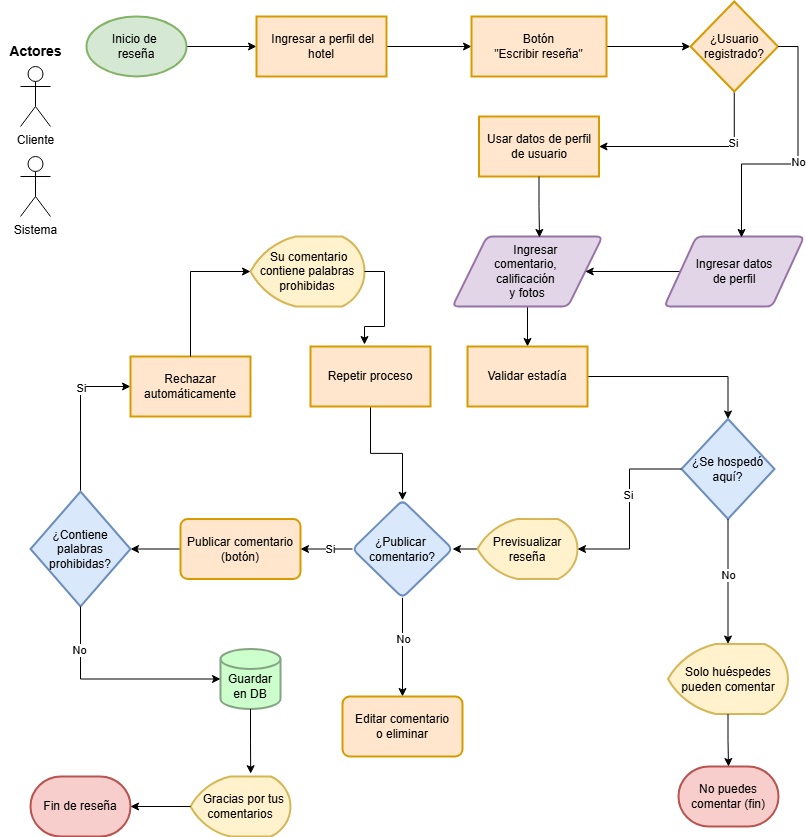
This is Flujograma de reseñas.png from DjGuetta/App-Hotel-Management, a draw.io export, as it was before one commit. Source tidied: cells renumbered, new cells last; positions are measured from the earlier drawing's top-left corner, leaving out a move shared by most shapes.
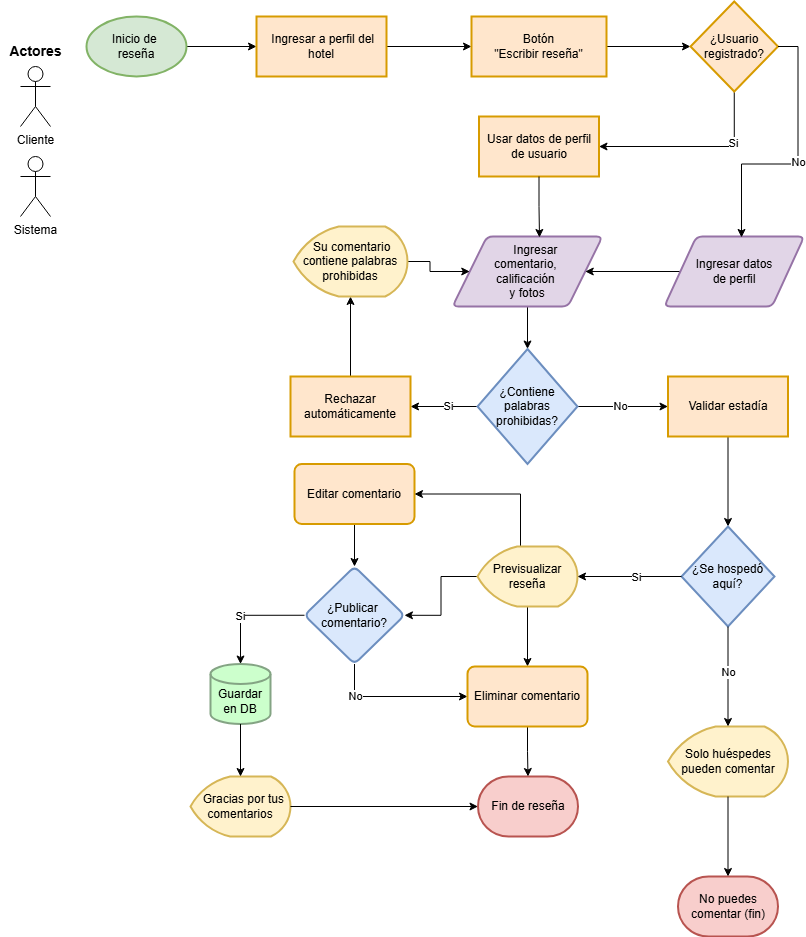
Later version of the same file.

Commit message:
Corrección de restricción en palabras prohibidas y flujo de procesos

The edit, as a diff of the source:
```diff
@@ -20,9 +20,9 @@
     <mxCell id="7" value="Botón&lt;div&gt;&quot;Escribir reseña&quot;&lt;/div&gt;" style="whiteSpace=wrap;html=1;strokeWidth=2;fillColor=#ffe6cc;strokeColor=#d79b00;" parent="1" vertex="1">
       <mxGeometry x="471" y="15" width="135" height="60" as="geometry" />
     </mxCell>
-    <mxCell id="8" style="edgeStyle=orthogonalEdgeStyle;rounded=0;jettySize=auto;html=1;exitX=0.5;exitY=1;exitDx=0;exitDy=0;entryX=0.5;entryY=0;entryDx=0;entryDy=0;" parent="1" edge="1" source="9" target="46">
-      <mxGeometry relative="1" as="geometry" />
-    </mxCell>
+    <mxCell id="58" style="edgeStyle=orthogonalEdgeStyle;rounded=0;jettySize=auto;html=1;" parent="1" edge="1" source="9" target="27">
+      <mxGeometry relative="1" as="geometry" />
+    </mxCell>
     <mxCell id="9" value="&amp;nbsp; &amp;nbsp; &amp;nbsp; Ingresar&amp;nbsp;&lt;div&gt;comentario,&amp;nbsp;&lt;div&gt;&lt;span style=&quot;background-color: transparent; color: light-dark(rgb(0, 0, 0), rgb(255, 255, 255));&quot;&gt;calificación&amp;nbsp;&lt;/span&gt;&lt;/div&gt;&lt;div&gt;&lt;span style=&quot;background-color: transparent; color: light-dark(rgb(0, 0, 0), rgb(255, 255, 255));&quot;&gt;y fotos&lt;/span&gt;&lt;/div&gt;&lt;/div&gt;" style="shape=parallelogram;html=1;strokeWidth=2;perimeter=parallelogramPerimeter;whiteSpace=wrap;rounded=1;arcSize=12;size=0.23;fillColor=#e1d5e7;strokeColor=#9673a6;" parent="1" vertex="1">
       <mxGeometry x="452" y="235" width="150" height="70" as="geometry" />
     </mxCell>
@@ -32,78 +32,74 @@
     <mxCell id="11" value="&amp;nbsp;Ingresar datos&amp;nbsp;&lt;div&gt;de perfil&lt;br&gt;&lt;/div&gt;" style="shape=parallelogram;html=1;strokeWidth=2;perimeter=parallelogramPerimeter;whiteSpace=wrap;rounded=1;arcSize=12;size=0.23;fillColor=#e1d5e7;strokeColor=#9673a6;" parent="1" vertex="1">
       <mxGeometry x="663.8" y="235" width="140" height="70" as="geometry" />
     </mxCell>
-    <mxCell id="12" style="edgeStyle=orthogonalEdgeStyle;rounded=0;jettySize=auto;html=1;exitX=0;exitY=0.5;exitDx=0;exitDy=0;entryX=1;entryY=0.5;entryDx=0;entryDy=0;" parent="1" edge="1" source="13" target="27">
-      <mxGeometry relative="1" as="geometry" />
-    </mxCell>
-    <mxCell id="13" value="Publicar comentario&lt;div&gt;(botón)&lt;/div&gt;" style="whiteSpace=wrap;html=1;strokeWidth=2;rounded=1;arcSize=12;fillColor=#ffe6cc;strokeColor=#d79b00;" parent="1" vertex="1">
-      <mxGeometry x="180" y="517.5" width="120" height="60" as="geometry" />
-    </mxCell>
-    <mxCell id="14" style="edgeStyle=orthogonalEdgeStyle;rounded=0;jettySize=auto;html=1;exitX=0;exitY=0.5;exitDx=0;exitDy=0;entryX=1;entryY=0.5;entryDx=0;entryDy=0;" parent="1" edge="1" source="18" target="13">
-      <mxGeometry relative="1" as="geometry" />
-    </mxCell>
-    <mxCell id="15" value="Si" style="edgeLabel;html=1;align=center;verticalAlign=middle;" parent="14" vertex="1">
-      <mxGeometry x="-0.12" y="1" relative="1" as="geometry">
-        <mxPoint y="-1" as="offset" />
-      </mxGeometry>
-    </mxCell>
-    <mxCell id="16" style="edgeStyle=orthogonalEdgeStyle;rounded=0;jettySize=auto;html=1;exitX=0.5;exitY=1;exitDx=0;exitDy=0;entryX=0.5;entryY=0;entryDx=0;entryDy=0;" parent="1" edge="1" source="18" target="19">
-      <mxGeometry relative="1" as="geometry" />
-    </mxCell>
-    <mxCell id="17" value="&lt;div&gt;&lt;span style=&quot;background-color: light-dark(#ffffff, var(--ge-dark-color, #121212)); color: light-dark(rgb(0, 0, 0), rgb(255, 255, 255));&quot;&gt;No&lt;/span&gt;&lt;/div&gt;" style="edgeLabel;html=1;align=center;verticalAlign=middle;" parent="16" vertex="1">
-      <mxGeometry x="-0.26" y="2" relative="1" as="geometry">
-        <mxPoint x="-2" y="4" as="offset" />
-      </mxGeometry>
-    </mxCell>
+    <mxCell id="59" style="edgeStyle=orthogonalEdgeStyle;rounded=0;jettySize=auto;html=1;exitX=0.5;exitY=1;exitDx=0;exitDy=0;entryX=0;entryY=0.5;entryDx=0;entryDy=0;" parent="1" edge="1" source="18" target="69">
+      <mxGeometry relative="1" as="geometry" />
+    </mxCell>
+    <mxCell id="60" value="No" style="edgeLabel;html=1;align=center;verticalAlign=middle;" parent="59" vertex="1">
+      <mxGeometry x="-0.55" y="-2" relative="1" as="geometry">
+        <mxPoint x="2" as="offset" />
+      </mxGeometry>
+    </mxCell>
     <mxCell id="18" value="¿Publicar&amp;nbsp;&lt;div&gt;&lt;span style=&quot;background-color: transparent; color: light-dark(rgb(0, 0, 0), rgb(255, 255, 255));&quot;&gt;comentario?&lt;/span&gt;&lt;/div&gt;" style="rhombus;whiteSpace=wrap;html=1;strokeWidth=2;rounded=1;arcSize=12;fillColor=#dae8fc;strokeColor=#6c8ebf;" parent="1" vertex="1">
-      <mxGeometry x="352" y="498.8" width="100" height="97.5" as="geometry" />
+      <mxGeometry x="304" y="565" width="100" height="97.5" as="geometry" />
     </mxCell>
+    <mxCell id="61" style="edgeStyle=orthogonalEdgeStyle;rounded=0;jettySize=auto;html=1;" parent="1" edge="1" source="19" target="18">
+      <mxGeometry relative="1" as="geometry" />
+    </mxCell>
-    <mxCell id="19" value="Editar comentario&lt;div&gt;o eliminar&lt;/div&gt;" style="whiteSpace=wrap;html=1;strokeWidth=2;rounded=1;arcSize=12;fillColor=#ffe6cc;strokeColor=#d79b00;" parent="1" vertex="1">
-      <mxGeometry x="342" y="695" width="120" height="60" as="geometry" />
+    <mxCell id="19" value="Editar comentario" style="whiteSpace=wrap;html=1;strokeWidth=2;rounded=1;arcSize=12;fillColor=#ffe6cc;strokeColor=#d79b00;" parent="1" vertex="1">
+      <mxGeometry x="294" y="462.5" width="120" height="60" as="geometry" />
     </mxCell>
+    <mxCell id="62" style="edgeStyle=orthogonalEdgeStyle;rounded=0;jettySize=auto;html=1;" parent="1" edge="1" source="21" target="69">
+      <mxGeometry relative="1" as="geometry" />
+    </mxCell>
+    <mxCell id="63" style="edgeStyle=orthogonalEdgeStyle;rounded=0;jettySize=auto;html=1;exitX=0.43;exitY=0;exitDx=0;exitDy=0;exitPerimeter=0;entryX=1;entryY=0.5;entryDx=0;entryDy=0;" parent="1" edge="1" source="21" target="19">
+      <mxGeometry relative="1" as="geometry" />
+    </mxCell>
-    <mxCell id="20" style="edgeStyle=orthogonalEdgeStyle;rounded=0;jettySize=auto;html=1;exitX=0;exitY=0.5;exitDx=0;exitDy=0;exitPerimeter=0;entryX=1;entryY=0.5;entryDx=0;entryDy=0;" parent="1" edge="1" source="21" target="18">
+    <mxCell id="20" style="edgeStyle=orthogonalEdgeStyle;rounded=0;jettySize=auto;html=1;" parent="1" edge="1" source="21" target="18">
       <mxGeometry relative="1" as="geometry" />
     </mxCell>
     <mxCell id="21" value="Previsualizar&lt;div&gt;reseña&lt;/div&gt;" style="strokeWidth=2;html=1;shape=mxgraph.flowchart.display;whiteSpace=wrap;fillColor=#fff2cc;strokeColor=#d6b656;" parent="1" vertex="1">
-      <mxGeometry x="477" y="517.5" width="100" height="60" as="geometry" />
+      <mxGeometry x="477" y="545" width="100" height="60" as="geometry" />
     </mxCell>
     <mxCell id="22" value="&amp;nbsp; Gracias por tus comentarios" style="strokeWidth=2;html=1;shape=mxgraph.flowchart.display;whiteSpace=wrap;fillColor=#fff2cc;strokeColor=#d6b656;" parent="1" vertex="1">
       <mxGeometry x="190" y="775" width="100" height="60" as="geometry" />
     </mxCell>
     <mxCell id="23" value="Fin de reseña" style="strokeWidth=2;html=1;shape=mxgraph.flowchart.terminator;whiteSpace=wrap;fillColor=#f8cecc;strokeColor=#b85450;" parent="1" vertex="1">
-      <mxGeometry x="30" y="775" width="100" height="60" as="geometry" />
+      <mxGeometry x="477.5" y="775" width="100" height="60" as="geometry" />
     </mxCell>
     <mxCell id="24" value="&lt;div&gt;&lt;br&gt;&lt;/div&gt;Guardar&lt;div&gt;en DB&lt;/div&gt;" style="strokeWidth=2;html=1;shape=mxgraph.flowchart.database;whiteSpace=wrap;fillColor=#CCFFCC;strokeColor=#84A484;" parent="1" vertex="1">
-      <mxGeometry x="220" y="647.5" width="60" height="60" as="geometry" />
+      <mxGeometry x="210" y="662.5" width="60" height="60" as="geometry" />
     </mxCell>
-    <mxCell id="25" style="edgeStyle=orthogonalEdgeStyle;rounded=0;jettySize=auto;html=1;entryX=0;entryY=0.5;entryDx=0;entryDy=0;" parent="1" edge="1" source="27" target="30">
+    <mxCell id="25" style="edgeStyle=orthogonalEdgeStyle;rounded=0;jettySize=auto;html=1;" parent="1" edge="1" source="27" target="30">
       <mxGeometry relative="1" as="geometry" />
     </mxCell>
-    <mxCell id="26" value="Si" style="edgeLabel;html=1;align=center;verticalAlign=middle;" parent="25" vertex="1">
-      <mxGeometry x="0.22" y="-3" relative="1" as="geometry">
-        <mxPoint x="-3" y="-9" as="offset" />
-      </mxGeometry>
-    </mxCell>
+    <mxCell id="64" value="Si" style="edgeLabel;html=1;align=center;verticalAlign=middle;" parent="25" vertex="1">
+      <mxGeometry x="-0.1" relative="1" as="geometry">
+        <mxPoint y="-1" as="offset" />
+      </mxGeometry>
+    </mxCell>
+    <mxCell id="65" style="edgeStyle=orthogonalEdgeStyle;rounded=0;jettySize=auto;html=1;" parent="1" edge="1" source="27" target="46">
+      <mxGeometry relative="1" as="geometry" />
+    </mxCell>
+    <mxCell id="66" value="No" style="edgeLabel;html=1;align=center;verticalAlign=middle;" parent="65" vertex="1">
+      <mxGeometry x="-0.07" y="1" relative="1" as="geometry" />
+    </mxCell>
     <mxCell id="27" value="¿Contiene palabras prohibidas?" style="rhombus;whiteSpace=wrap;html=1;fillColor=#dae8fc;strokeColor=#6c8ebf;strokeWidth=2;" parent="1" vertex="1">
-      <mxGeometry x="30" y="490" width="100" height="115" as="geometry" />
+      <mxGeometry x="477" y="347.5" width="100" height="115" as="geometry" />
     </mxCell>
-    <mxCell id="28" style="edgeStyle=orthogonalEdgeStyle;rounded=0;jettySize=auto;html=1;exitX=0.5;exitY=1;exitDx=0;exitDy=0;entryX=0;entryY=0.5;entryDx=0;entryDy=0;entryPerimeter=0;" parent="1" edge="1" source="27" target="24">
-      <mxGeometry relative="1" as="geometry" />
-    </mxCell>
-    <mxCell id="29" value="No" style="edgeLabel;html=1;align=center;verticalAlign=middle;" parent="28" vertex="1">
-      <mxGeometry x="-0.63" y="3" relative="1" as="geometry">
-        <mxPoint x="-5" y="4" as="offset" />
-      </mxGeometry>
-    </mxCell>
+    <mxCell id="32" style="edgeStyle=orthogonalEdgeStyle;rounded=0;jettySize=auto;html=1;" parent="1" edge="1" source="30" target="31">
+      <mxGeometry relative="1" as="geometry" />
+    </mxCell>
     <mxCell id="30" value="Rechazar automáticamente" style="whiteSpace=wrap;html=1;fillColor=#ffe6cc;strokeColor=#d79b00;strokeWidth=2;" parent="1" vertex="1">
-      <mxGeometry x="130" y="355" width="120" height="60" as="geometry" />
+      <mxGeometry x="290" y="375" width="120" height="60" as="geometry" />
     </mxCell>
+    <mxCell id="67" style="edgeStyle=orthogonalEdgeStyle;rounded=0;jettySize=auto;html=1;" parent="1" edge="1" source="31" target="9">
+      <mxGeometry relative="1" as="geometry" />
+    </mxCell>
     <mxCell id="31" value="&amp;nbsp;Su comentario&lt;div&gt;contiene palabras prohibidas&lt;/div&gt;" style="strokeWidth=2;html=1;shape=mxgraph.flowchart.display;whiteSpace=wrap;fillColor=#fff2cc;strokeColor=#d6b656;" parent="1" vertex="1">
-      <mxGeometry x="250" y="235" width="114" height="70" as="geometry" />
+      <mxGeometry x="293" y="225" width="114" height="70" as="geometry" />
     </mxCell>
-    <mxCell id="32" style="edgeStyle=orthogonalEdgeStyle;rounded=0;jettySize=auto;html=1;exitX=0.5;exitY=0;exitDx=0;exitDy=0;entryX=0;entryY=0.5;entryDx=0;entryDy=0;entryPerimeter=0;" parent="1" edge="1" source="30" target="31">
-      <mxGeometry relative="1" as="geometry" />
-    </mxCell>
-    <mxCell id="33" style="edgeStyle=orthogonalEdgeStyle;rounded=0;jettySize=auto;html=1;exitX=0.5;exitY=1;exitDx=0;exitDy=0;exitPerimeter=0;entryX=0.602;entryY=-0.047;entryDx=0;entryDy=0;entryPerimeter=0;" parent="1" edge="1" source="24" target="22">
+    <mxCell id="33" style="edgeStyle=orthogonalEdgeStyle;rounded=0;jettySize=auto;html=1;exitX=0.5;exitY=1;exitDx=0;exitDy=0;exitPerimeter=0;entryX=0.5;entryY=0;entryDx=0;entryDy=0;entryPerimeter=0;" parent="1" edge="1" source="24" target="22">
       <mxGeometry relative="1" as="geometry" />
     </mxCell>
     <mxCell id="34" style="edgeStyle=orthogonalEdgeStyle;rounded=0;jettySize=auto;html=1;exitX=0.5;exitY=1;exitDx=0;exitDy=0;entryX=1;entryY=0.5;entryDx=0;entryDy=0;" parent="1" edge="1" source="36" target="37">
@@ -132,7 +128,7 @@
     <mxCell id="41" style="edgeStyle=orthogonalEdgeStyle;rounded=0;jettySize=auto;html=1;exitX=0.5;exitY=1;exitDx=0;exitDy=0;entryX=0.58;entryY=0.014;entryDx=0;entryDy=0;entryPerimeter=0;" parent="1" edge="1" source="37" target="9">
       <mxGeometry relative="1" as="geometry" />
     </mxCell>
-    <mxCell id="42" style="edgeStyle=orthogonalEdgeStyle;rounded=0;jettySize=auto;html=1;exitX=0;exitY=0.5;exitDx=0;exitDy=0;exitPerimeter=0;entryX=1;entryY=0.5;entryDx=0;entryDy=0;entryPerimeter=0;" parent="1" edge="1" source="22" target="23">
+    <mxCell id="42" style="edgeStyle=orthogonalEdgeStyle;rounded=0;jettySize=auto;html=1;exitX=1;exitY=0.5;exitDx=0;exitDy=0;exitPerimeter=0;entryX=0;entryY=0.5;entryDx=0;entryDy=0;entryPerimeter=0;" parent="1" edge="1" source="22" target="23">
       <mxGeometry relative="1" as="geometry" />
     </mxCell>
     <mxCell id="43" style="edgeStyle=orthogonalEdgeStyle;rounded=0;jettySize=auto;html=1;exitX=1;exitY=0.5;exitDx=0;exitDy=0;entryX=0.552;entryY=0.014;entryDx=0;entryDy=0;entryPerimeter=0;" parent="1" edge="1" source="36" target="11">
@@ -147,13 +143,13 @@
       <mxGeometry relative="1" as="geometry" />
     </mxCell>
     <mxCell id="46" value="Validar estadía" style="whiteSpace=wrap;html=1;fillColor=#ffe6cc;strokeColor=#d79b00;strokeWidth=2;" parent="1" vertex="1">
-      <mxGeometry x="467" y="345" width="120" height="60" as="geometry" />
+      <mxGeometry x="667.5" y="375" width="120" height="60" as="geometry" />
     </mxCell>
     <mxCell id="47" value="¿Se hospedó&lt;div&gt;aquí?&lt;/div&gt;" style="rhombus;whiteSpace=wrap;html=1;fillColor=#dae8fc;strokeColor=#6c8ebf;strokeWidth=2;" parent="1" vertex="1">
-      <mxGeometry x="681" y="417.5" width="93" height="100" as="geometry" />
+      <mxGeometry x="681" y="525" width="93" height="100" as="geometry" />
     </mxCell>
     <mxCell id="48" value="Solo huéspedes pueden comentar" style="strokeWidth=2;html=1;shape=mxgraph.flowchart.display;whiteSpace=wrap;fillColor=#fff2cc;strokeColor=#d6b656;" parent="1" vertex="1">
-      <mxGeometry x="667.5" y="642.5" width="120" height="70" as="geometry" />
+      <mxGeometry x="667.5" y="725" width="120" height="70" as="geometry" />
     </mxCell>
     <mxCell id="49" style="edgeStyle=orthogonalEdgeStyle;rounded=0;jettySize=auto;html=1;exitX=0.5;exitY=1;exitDx=0;exitDy=0;entryX=0.5;entryY=0;entryDx=0;entryDy=0;entryPerimeter=0;" parent="1" edge="1" source="47" target="48">
       <mxGeometry relative="1" as="geometry" />
@@ -168,23 +164,28 @@
     </mxCell>
     <mxCell id="52" value="Si" style="edgeLabel;html=1;align=center;verticalAlign=middle;" parent="51" vertex="1">
       <mxGeometry x="-0.17" y="-2" relative="1" as="geometry">
-        <mxPoint y="2" as="offset" />
+        <mxPoint x="-3" y="2" as="offset" />
       </mxGeometry>
     </mxCell>
     <mxCell id="53" value="No puedes comentar (fin)" style="strokeWidth=2;html=1;shape=mxgraph.flowchart.terminator;whiteSpace=wrap;fillColor=#f8cecc;strokeColor=#b85450;" parent="1" vertex="1">
-      <mxGeometry x="678" y="765" width="100" height="60" as="geometry" />
+      <mxGeometry x="677.5" y="875" width="100" height="60" as="geometry" />
     </mxCell>
     <mxCell id="54" style="edgeStyle=orthogonalEdgeStyle;rounded=0;jettySize=auto;html=1;exitX=0.5;exitY=1;exitDx=0;exitDy=0;exitPerimeter=0;entryX=0.5;entryY=0;entryDx=0;entryDy=0;entryPerimeter=0;" parent="1" edge="1" source="48" target="53">
       <mxGeometry relative="1" as="geometry" />
     </mxCell>
-    <mxCell id="55" style="edgeStyle=orthogonalEdgeStyle;rounded=0;jettySize=auto;html=1;exitX=0.5;exitY=1;exitDx=0;exitDy=0;entryX=0.5;entryY=0;entryDx=0;entryDy=0;" parent="1" edge="1" source="56" target="18">
-      <mxGeometry relative="1" as="geometry" />
-    </mxCell>
-    <mxCell id="56" value="Repetir proceso" style="whiteSpace=wrap;html=1;fillColor=#ffe6cc;strokeColor=#d79b00;strokeWidth=2;" parent="1" vertex="1">
-      <mxGeometry x="310" y="345" width="120" height="60" as="geometry" />
-    </mxCell>
-    <mxCell id="57" style="edgeStyle=orthogonalEdgeStyle;rounded=0;jettySize=auto;html=1;exitX=1;exitY=0.5;exitDx=0;exitDy=0;exitPerimeter=0;entryX=0.45;entryY=-0.033;entryDx=0;entryDy=0;entryPerimeter=0;" parent="1" edge="1" source="31" target="56">
-      <mxGeometry relative="1" as="geometry" />
-    </mxCell>
+    <mxCell id="68" style="edgeStyle=orthogonalEdgeStyle;rounded=0;jettySize=auto;html=1;" parent="1" edge="1" source="69" target="23">
+      <mxGeometry relative="1" as="geometry" />
+    </mxCell>
+    <mxCell id="69" value="Eliminar comentario" style="whiteSpace=wrap;html=1;fillColor=#ffe6cc;strokeColor=#d79b00;strokeWidth=2;rounded=1;arcSize=12;" parent="1" vertex="1">
+      <mxGeometry x="467" y="665" width="120" height="60" as="geometry" />
+    </mxCell>
+    <mxCell id="70" style="edgeStyle=orthogonalEdgeStyle;rounded=0;jettySize=auto;html=1;exitX=0;exitY=0.5;exitDx=0;exitDy=0;entryX=0.5;entryY=0;entryDx=0;entryDy=0;entryPerimeter=0;" parent="1" edge="1" source="18" target="24">
+      <mxGeometry relative="1" as="geometry" />
+    </mxCell>
+    <mxCell id="71" value="Si" style="edgeLabel;html=1;align=center;verticalAlign=middle;" parent="70" vertex="1">
+      <mxGeometry x="0.17" y="2" relative="1" as="geometry">
+        <mxPoint x="-3" y="-1" as="offset" />
+      </mxGeometry>
+    </mxCell>
   </root>
 </mxGraphModel>
```
